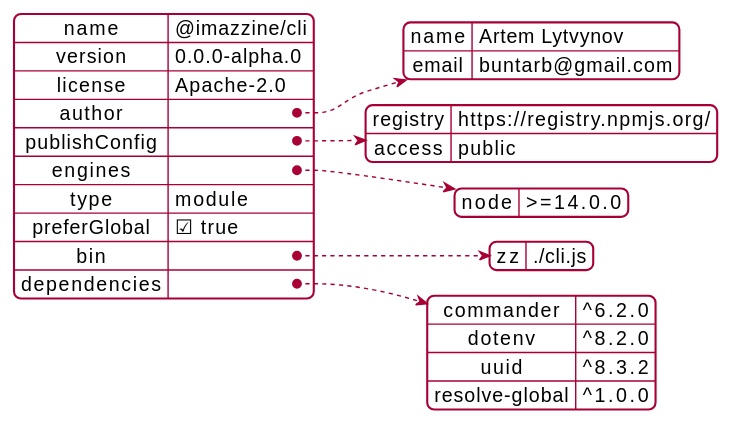
This is design/svg/cli/cliPackageJson.svg from imazzine/cli, a PlantUML export, as it was before one commit. Source of this version:
```plantuml
@startjson cliPackageJson
{
    "name": "@imazzine/cli",
    "version": "0.0.0-alpha.0",
    "license": "Apache-2.0",
    "author": {
        "name": "Artem Lytvynov",
        "email": "buntarb@gmail.com"
    },
    "publishConfig": {
        "registry": "https://registry.npmjs.org/",
        "access": "public"
    },
    "engines": {
        "node": ">=14.0.0"
    },
    "type": "module",
    "preferGlobal": true,
    "bin": {
        "zz": "./cli.js"
    },
    "dependencies": {
        "commander": "^6.2.0",
        "dotenv": "^8.2.0",
        "uuid": "^8.3.2",
        "resolve-global": "^1.0.0"
    }
}
@endjson
```
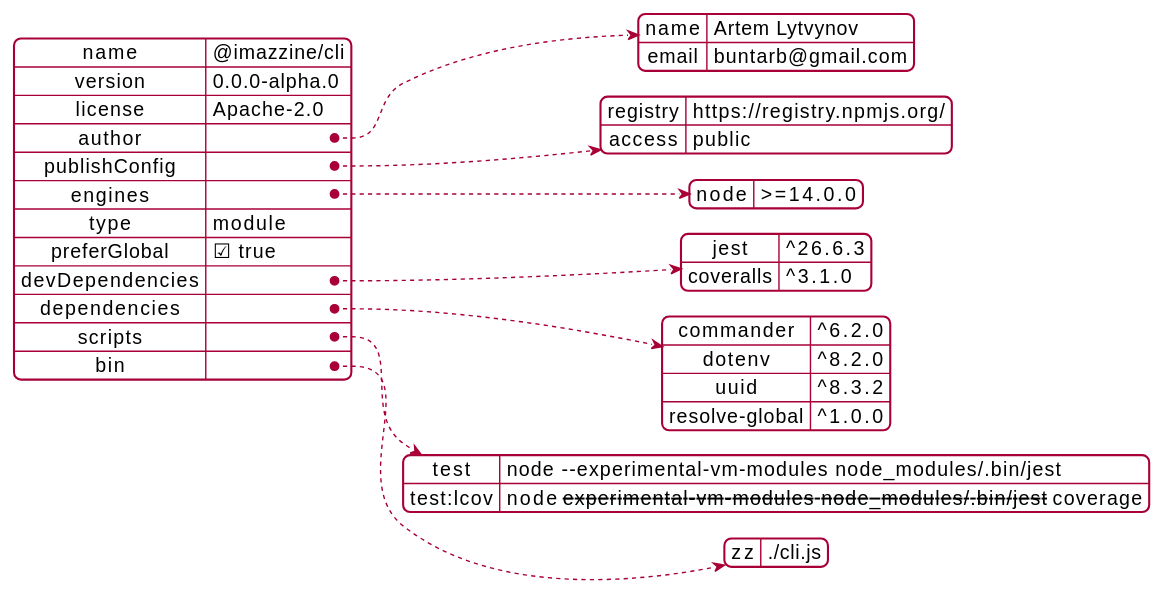
The same file after the commit.

Change to the diagram source:
```diff
@@ -1,29 +1,37 @@
 @startjson cliPackageJson
 {
-    "name": "@imazzine/cli",
-    "version": "0.0.0-alpha.0",
-    "license": "Apache-2.0",
-    "author": {
-        "name": "Artem Lytvynov",
-        "email": "buntarb@gmail.com"
-    },
-    "publishConfig": {
-        "registry": "https://registry.npmjs.org/",
-        "access": "public"
-    },
-    "engines": {
-        "node": ">=14.0.0"
-    },
-    "type": "module",
-    "preferGlobal": true,
-    "bin": {
-        "zz": "./cli.js"
-    },
-    "dependencies": {
-        "commander": "^6.2.0",
-        "dotenv": "^8.2.0",
-        "uuid": "^8.3.2",
-        "resolve-global": "^1.0.0"
-    }
+  "name": "@imazzine/cli",
+  "version": "0.0.0-alpha.0",
+  "license": "Apache-2.0",
+  "author": {
+    "name": "Artem Lytvynov",
+    "email": "buntarb@gmail.com"
+  },
+  "publishConfig": {
+    "registry": "https://registry.npmjs.org/",
+    "access": "public"
+  },
+  "engines": {
+    "node": ">=14.0.0"
+  },
+  "type": "module",
+  "preferGlobal": true,
+  "devDependencies": {
+    "jest": "^26.6.3",
+    "coveralls": "^3.1.0"
+  },
+  "dependencies": {
+    "commander": "^6.2.0",
+    "dotenv": "^8.2.0",
+    "uuid": "^8.3.2",
+    "resolve-global": "^1.0.0"
+  },
+  "scripts": {
+    "test": "node --experimental-vm-modules node_modules/.bin/jest",
+    "test:lcov": "node --experimental-vm-modules node_modules/.bin/jest --coverage"
+  },
+  "bin": {
+    "zz": "./cli.js"
+  }
 }
 @endjson
```
